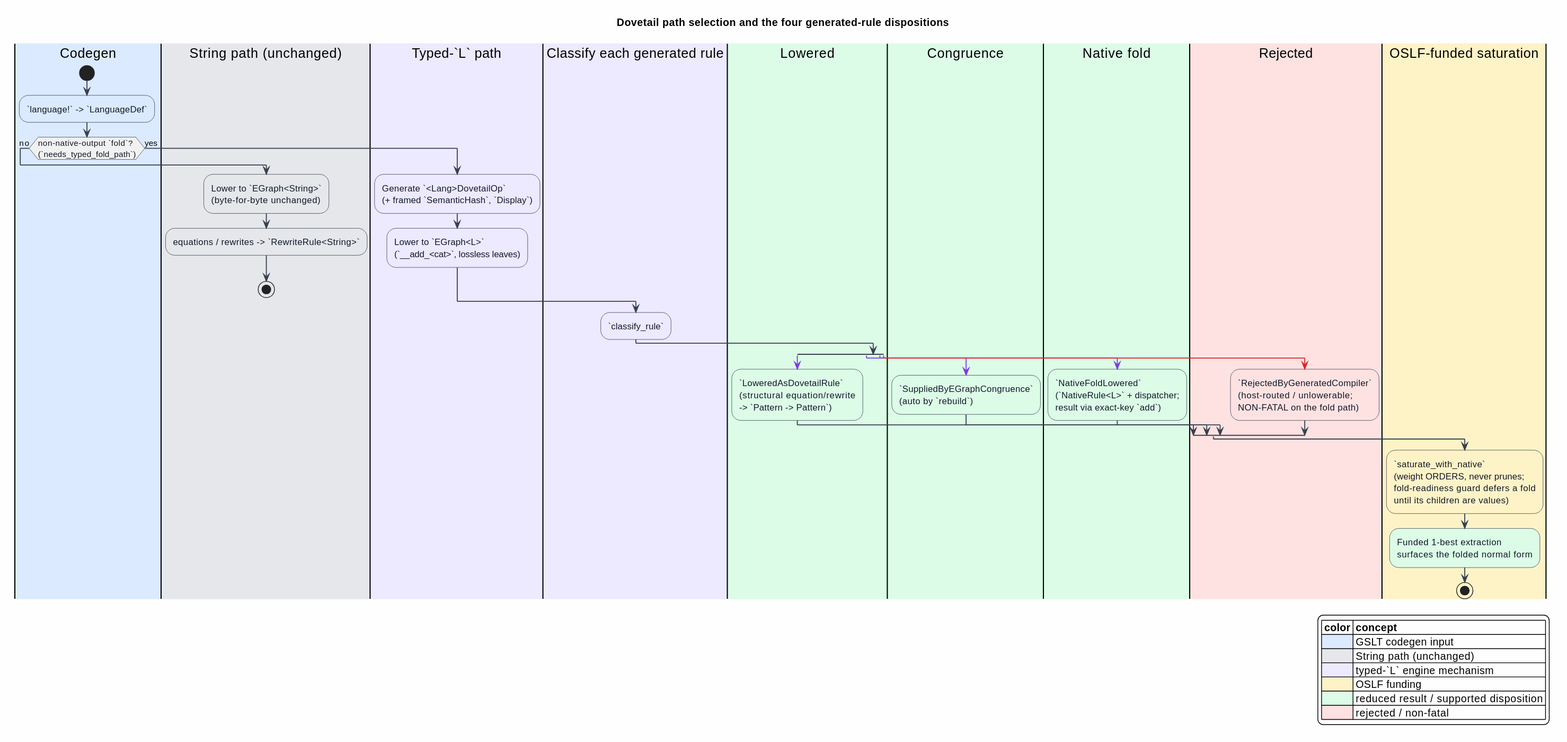
This is docs/architecture/dovetail/figures/12-fold-path-and-dispositions.svg from F1R3FLY-io/mettail-rust, a PlantUML export, as it was before one commit. Source of this version:
```plantuml
@startuml
title Dovetail path selection and the four generated-rule dispositions

skinparam backgroundColor #FEFEFE
skinparam shadowing false
skinparam ArrowColor #374151
skinparam ArrowThickness 1.3
skinparam activity {
  BorderColor #1F2937
  FontColor #111827
  DiamondBorderColor #1F2937
  DiamondFontColor #111827
}

|#DBEAFE|Codegen|
start
:`language!` -> `LanguageDef`; <<#DBEAFE>>
if (non-native-output `fold`?\n(`needs_typed_fold_path`)) then (no)
  |#E5E7EB|String path (unchanged)|
  :Lower to `EGraph<String>`\n(byte-for-byte unchanged); <<#E5E7EB>>
  :equations / rewrites -> `RewriteRule<String>`; <<#E5E7EB>>
  stop
else (yes)
  |#EDE9FE|Typed-`L` path|
  :Generate `<Lang>DovetailOp`\n(+ framed `SemanticHash`, `Display`); <<#EDE9FE>>
  :Lower to `EGraph<L>`\n(`__add_<cat>`, lossless leaves); <<#EDE9FE>>
endif

|#EDE9FE|Classify each generated rule|
:`classify_rule`; <<#EDE9FE>>
split
  -[#7C3AED]->
  |#DCFCE7|Lowered|
  :`LoweredAsDovetailRule`\n(structural equation/rewrite\n-> `Pattern -> Pattern`); <<#DCFCE7>>
split again
  -[#7C3AED]->
  |#DCFCE7|Congruence|
  :`SuppliedByEGraphCongruence`\n(auto by `rebuild`); <<#DCFCE7>>
split again
  -[#7C3AED]->
  |#DCFCE7|Native fold|
  :`NativeFoldLowered`\n(`NativeRule<L>` + dispatcher;\nresult via exact-key `add`); <<#DCFCE7>>
split again
  -[#DC2626]->
  |#FEE2E2|Rejected|
  :`RejectedByGeneratedCompiler`\n(host-routed / unlowerable;\nNON-FATAL on the fold path); <<#FEE2E2>>
end split

|#FEF3C7|OSLF-funded saturation|
:`saturate_with_native`\n(weight ORDERS, never prunes;\nfold-readiness guard defers a fold\nuntil its children are values); <<#FEF3C7>>
:Funded 1-best extraction\nsurfaces the folded normal form; <<#DCFCE7>>
stop

legend right
  |= color |= concept |
  |<#DBEAFE>| GSLT codegen input |
  |<#E5E7EB>| String path (unchanged) |
  |<#EDE9FE>| typed-`L` engine mechanism |
  |<#FEF3C7>| OSLF funding |
  |<#DCFCE7>| reduced result / supported disposition |
  |<#FEE2E2>| rejected / non-fatal |
endlegend
@enduml
```
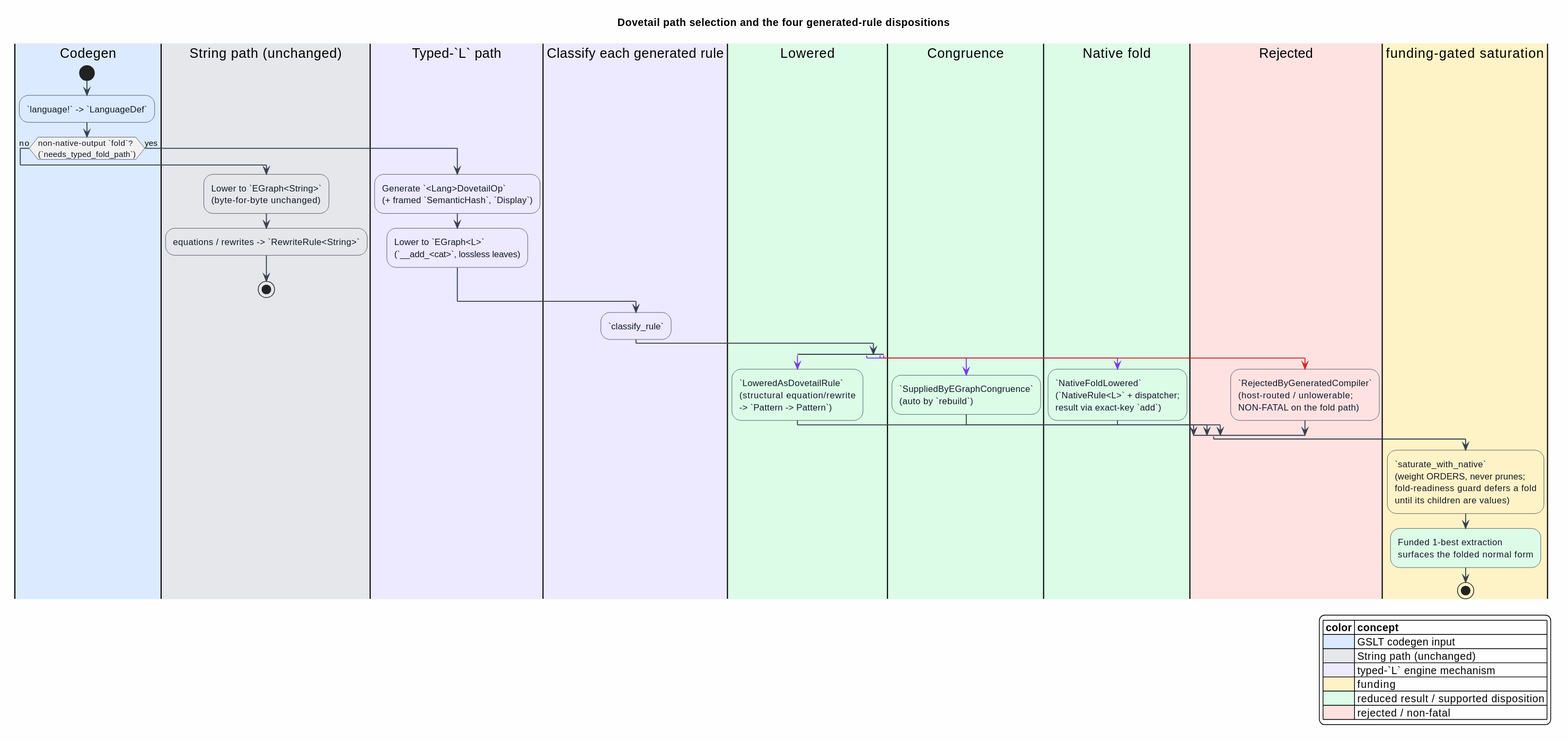
The same file after the commit.

The edit, as a diff of the source:
```diff
@@ -46,7 +46,7 @@
   :`RejectedByGeneratedCompiler`\n(host-routed / unlowerable;\nNON-FATAL on the fold path); <<#FEE2E2>>
 end split
 
-|#FEF3C7|OSLF-funded saturation|
+|#FEF3C7|funding-gated saturation|
 :`saturate_with_native`\n(weight ORDERS, never prunes;\nfold-readiness guard defers a fold\nuntil its children are values); <<#FEF3C7>>
 :Funded 1-best extraction\nsurfaces the folded normal form; <<#DCFCE7>>
 stop
@@ -56,7 +56,7 @@
   |<#DBEAFE>| GSLT codegen input |
   |<#E5E7EB>| String path (unchanged) |
   |<#EDE9FE>| typed-`L` engine mechanism |
-  |<#FEF3C7>| OSLF funding |
+  |<#FEF3C7>| funding |
   |<#DCFCE7>| reduced result / supported disposition |
   |<#FEE2E2>| rejected / non-fatal |
 endlegend
```
